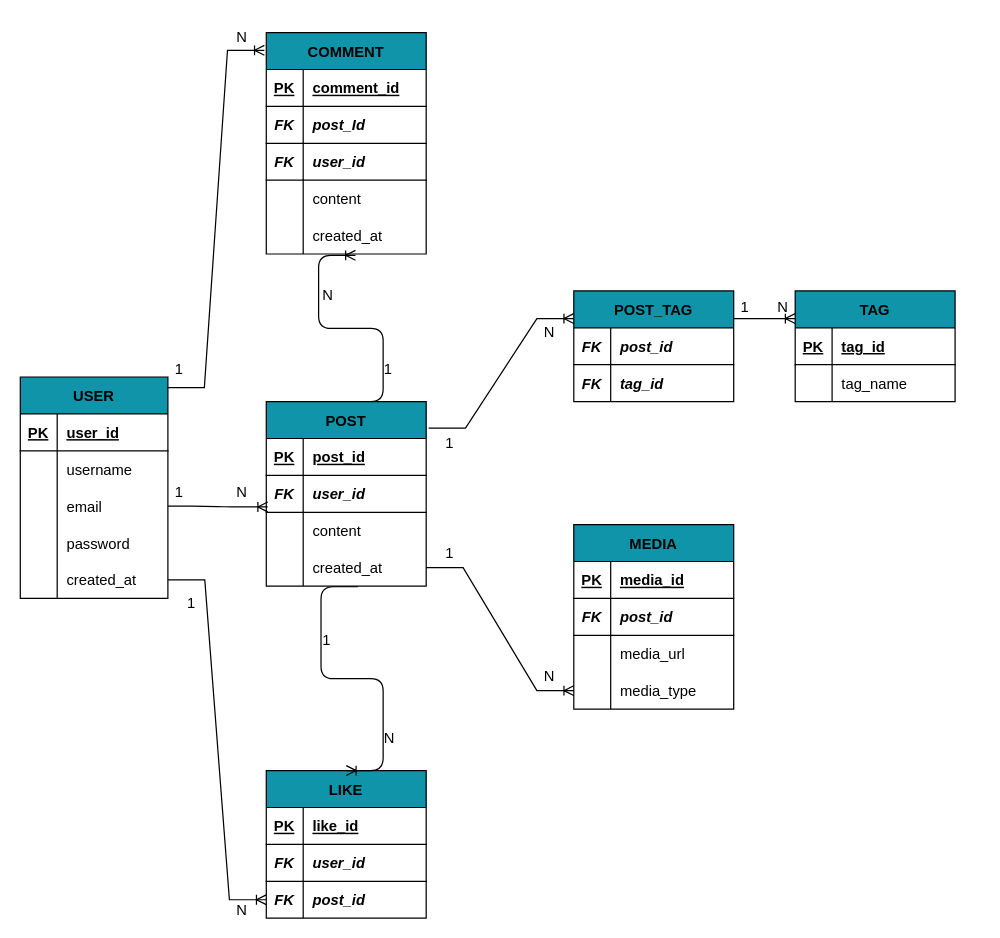
Before: schemadb.drawio in AlessiaParlato97/social-platform, a draw.io diagram. Source tidied: cells renumbered, new cells numbered last; positions are measured from the earlier drawing's top-left corner, leaving out a move shared by most shapes. Both pictures are drawn from the tidied source at 123%, with x=0, y=0 at pixel (20, 20).
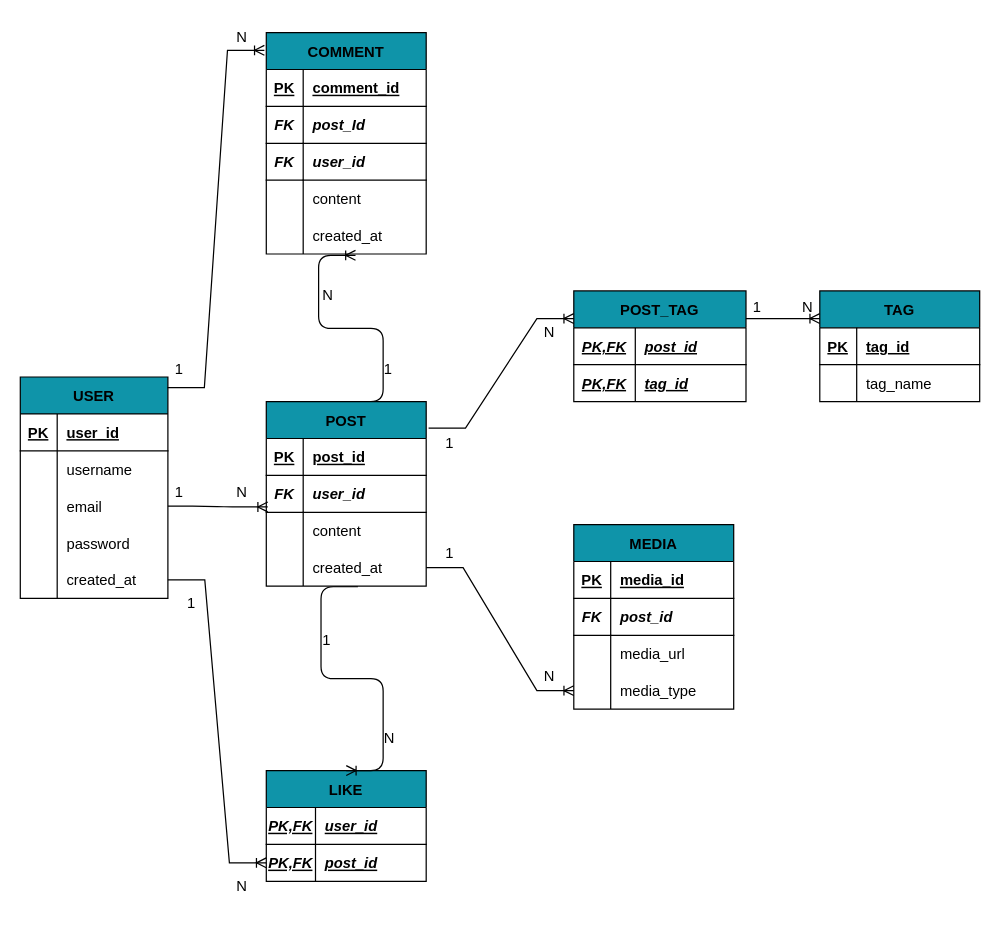
The same page after the edit.

Commit message (it also covers changes not shown here):
modifiche md in table like PK e Post_tag PK

Change to the diagram source:
```diff
@@
     <mxCell id="18" value="LIKE" style="shape=table;startSize=30;childLayout=tableLayout;rowLines=0;fontStyle=1;align=center;fontSize=12;fillColor=#0F94A9;" parent="1" vertex="1">
-      <mxGeometry x="200" y="610" width="130" height="120" as="geometry" />
+      <mxGeometry x="200" y="610" width="130" height="90" as="geometry" />
     </mxCell>
-    <mxCell id="19" style="shape=tableRow;horizontal=0;startSize=0;swimlaneHead=0;swimlaneBody=0;fillColor=none;top=0;left=0;right=0;bottom=1;fontSize=8;" parent="18" vertex="1">
-      <mxGeometry y="30" width="130" height="30" as="geometry" />
-    </mxCell>
-    <mxCell id="20" value="PK" style="shape=partialRectangle;fillColor=none;top=0;left=0;bottom=0;right=0;fontStyle=5;overflow=hidden;fontSize=12;" parent="19" vertex="1">
-      <mxGeometry width="30" height="30" as="geometry" />
-    </mxCell>
-    <mxCell id="21" value="like_id" style="shape=partialRectangle;fillColor=none;top=0;left=0;bottom=0;right=0;align=left;spacingLeft=6;fontStyle=5;overflow=hidden;fontSize=12;" parent="19" vertex="1">
-      <mxGeometry x="30" width="100" height="30" as="geometry" />
-    </mxCell>
     <mxCell id="22" style="shape=tableRow;horizontal=0;startSize=0;swimlaneHead=0;swimlaneBody=0;fillColor=none;top=0;left=0;right=0;bottom=0;fontSize=8;" parent="18" vertex="1">
-      <mxGeometry y="60" width="130" height="30" as="geometry" />
+      <mxGeometry y="30" width="130" height="30" as="geometry" />
     </mxCell>
-    <mxCell id="23" value="FK" style="shape=partialRectangle;fillColor=none;top=0;left=0;bottom=1;right=0;overflow=hidden;fontSize=12;fontStyle=3;" parent="22" vertex="1">
-      <mxGeometry width="30" height="30" as="geometry" />
+    <mxCell id="23" value="PK,FK" style="shape=partialRectangle;fillColor=none;top=0;left=0;bottom=1;right=0;overflow=hidden;fontSize=12;fontStyle=7;" parent="22" vertex="1">
+      <mxGeometry width="40" height="30" as="geometry" />
     </mxCell>
-    <mxCell id="24" value="user_id" style="shape=partialRectangle;fillColor=none;top=0;left=0;bottom=1;right=0;align=left;spacingLeft=6;overflow=hidden;fontSize=12;fontStyle=3;" parent="22" vertex="1">
-      <mxGeometry x="30" width="100" height="30" as="geometry" />
+    <mxCell id="24" value="user_id" style="shape=partialRectangle;fillColor=none;top=0;left=0;bottom=1;right=0;align=left;spacingLeft=6;overflow=hidden;fontSize=12;fontStyle=7;" parent="22" vertex="1">
+      <mxGeometry x="40" width="90" height="30" as="geometry" />
     </mxCell>
     <mxCell id="25" style="shape=tableRow;horizontal=0;startSize=0;swimlaneHead=0;swimlaneBody=0;fillColor=none;points=[[0,0.5],[1,0.5]];portConstraint=eastwest;top=0;left=0;right=0;bottom=0;fontSize=8;" parent="18" vertex="1">
-      <mxGeometry y="90" width="130" height="30" as="geometry" />
+      <mxGeometry y="60" width="130" height="30" as="geometry" />
     </mxCell>
-    <mxCell id="26" value="FK" style="shape=partialRectangle;fillColor=none;top=0;left=0;bottom=0;right=0;overflow=hidden;fontSize=12;fontStyle=3;" parent="25" vertex="1">
-      <mxGeometry width="30" height="30" as="geometry" />
+    <mxCell id="26" value="PK,FK" style="shape=partialRectangle;fillColor=none;top=0;left=0;bottom=0;right=0;overflow=hidden;fontSize=12;fontStyle=7;" parent="25" vertex="1">
+      <mxGeometry width="40" height="30" as="geometry" />
     </mxCell>
-    <mxCell id="27" value="post_id" style="shape=partialRectangle;fillColor=none;top=0;left=0;bottom=0;right=0;align=left;spacingLeft=6;overflow=hidden;fontSize=12;fontStyle=3;" parent="25" vertex="1">
-      <mxGeometry x="30" width="100" height="30" as="geometry" />
+    <mxCell id="27" value="post_id" style="shape=partialRectangle;fillColor=none;top=0;left=0;bottom=0;right=0;align=left;spacingLeft=6;overflow=hidden;fontSize=12;fontStyle=7;" parent="25" vertex="1">
+      <mxGeometry x="40" width="90" height="30" as="geometry" />
     </mxCell>
@@
     <mxCell id="49" value="POST_TAG" style="shape=table;startSize=30;childLayout=tableLayout;rowLines=0;fontStyle=1;align=center;fontSize=12;fillColor=#0F94A9;" parent="1" vertex="1">
-      <mxGeometry x="450" y="220" width="130" height="90" as="geometry" />
+      <mxGeometry x="450" y="220" width="140" height="90" as="geometry" />
     </mxCell>
     <mxCell id="50" style="shape=tableRow;horizontal=0;startSize=0;swimlaneHead=0;swimlaneBody=0;fillColor=none;top=0;left=0;right=0;bottom=1;fontSize=12;" parent="49" vertex="1">
-      <mxGeometry y="30" width="130" height="30" as="geometry" />
+      <mxGeometry y="30" width="140" height="30" as="geometry" />
     </mxCell>
-    <mxCell id="51" value="FK" style="shape=partialRectangle;fillColor=none;top=0;left=0;bottom=0;right=0;fontStyle=3;overflow=hidden;fontSize=12;" parent="50" vertex="1">
-      <mxGeometry width="30" height="30" as="geometry" />
+    <mxCell id="51" value="PK,FK" style="shape=partialRectangle;fillColor=none;top=0;left=0;bottom=0;right=0;fontStyle=7;overflow=hidden;fontSize=12;" parent="50" vertex="1">
+      <mxGeometry width="50" height="30" as="geometry" />
     </mxCell>
-    <mxCell id="52" value="post_id" style="shape=partialRectangle;fillColor=none;top=0;left=0;bottom=0;right=0;align=left;spacingLeft=6;fontStyle=3;overflow=hidden;fontSize=12;" parent="50" vertex="1">
-      <mxGeometry x="30" width="100" height="30" as="geometry" />
+    <mxCell id="52" value="post_id" style="shape=partialRectangle;fillColor=none;top=0;left=0;bottom=0;right=0;align=left;spacingLeft=6;fontStyle=7;overflow=hidden;fontSize=12;" parent="50" vertex="1">
+      <mxGeometry x="50" width="90" height="30" as="geometry" />
     </mxCell>
-    <mxCell id="53" style="shape=tableRow;horizontal=0;startSize=0;swimlaneHead=0;swimlaneBody=0;fillColor=none;top=0;left=0;right=0;bottom=0;fontSize=12;" parent="49" vertex="1">
-      <mxGeometry y="60" width="130" height="30" as="geometry" />
+    <mxCell id="53" style="shape=tableRow;horizontal=0;startSize=0;swimlaneHead=0;swimlaneBody=0;fillColor=none;top=0;left=0;right=0;bottom=0;fontSize=12;fontStyle=7;" parent="49" vertex="1">
+      <mxGeometry y="60" width="140" height="30" as="geometry" />
     </mxCell>
-    <mxCell id="54" value="FK" style="shape=partialRectangle;fillColor=none;top=0;left=0;bottom=0;right=0;overflow=hidden;fontSize=12;fontStyle=3;" parent="53" vertex="1">
-      <mxGeometry width="30" height="30" as="geometry" />
+    <mxCell id="54" value="PK,FK" style="shape=partialRectangle;fillColor=none;top=0;left=0;bottom=0;right=0;overflow=hidden;fontSize=12;fontStyle=7;" parent="53" vertex="1">
+      <mxGeometry width="50" height="30" as="geometry" />
     </mxCell>
-    <mxCell id="55" value="tag_id" style="shape=partialRectangle;fillColor=none;top=0;left=0;bottom=0;right=0;align=left;spacingLeft=6;overflow=hidden;fontSize=12;fontStyle=3;" parent="53" vertex="1">
-      <mxGeometry x="30" width="100" height="30" as="geometry" />
+    <mxCell id="55" value="tag_id" style="shape=partialRectangle;fillColor=none;top=0;left=0;bottom=0;right=0;align=left;spacingLeft=6;overflow=hidden;fontSize=12;fontStyle=7;" parent="53" vertex="1">
+      <mxGeometry x="50" width="90" height="30" as="geometry" />
     </mxCell>
@@
     <mxCell id="84" value="TAG" style="shape=table;startSize=30;childLayout=tableLayout;rowLines=0;fontStyle=1;align=center;fontSize=12;fillColor=#0F94A9;" parent="1" vertex="1">
-      <mxGeometry x="630" y="220" width="130" height="90" as="geometry" />
+      <mxGeometry x="650" y="220" width="130" height="90" as="geometry" />
     </mxCell>
@@
     <mxCell id="105" value="N" style="text;strokeColor=none;fillColor=none;spacingLeft=4;spacingRight=4;overflow=hidden;fontSize=12;labelBackgroundColor=none;" parent="1" vertex="1">
-      <mxGeometry x="170" y="710" width="20" height="20" as="geometry" />
+      <mxGeometry x="170" y="690" width="20" height="20" as="geometry" />
     </mxCell>
     <mxCell id="106" value="1" style="text;strokeColor=none;fillColor=none;spacingLeft=4;spacingRight=4;overflow=hidden;fontSize=12;labelBackgroundColor=none;" parent="1" vertex="1">
-      <mxGeometry x="580" y="220" width="20" height="20" as="geometry" />
+      <mxGeometry x="590" y="220" width="20" height="20" as="geometry" />
     </mxCell>
     <mxCell id="107" value="N" style="text;strokeColor=none;fillColor=none;spacingLeft=4;spacingRight=4;overflow=hidden;fontSize=12;labelBackgroundColor=none;" parent="1" vertex="1">
-      <mxGeometry x="610" y="220" width="20" height="20" as="geometry" />
+      <mxGeometry x="630" y="220" width="20" height="20" as="geometry" />
     </mxCell>
```
